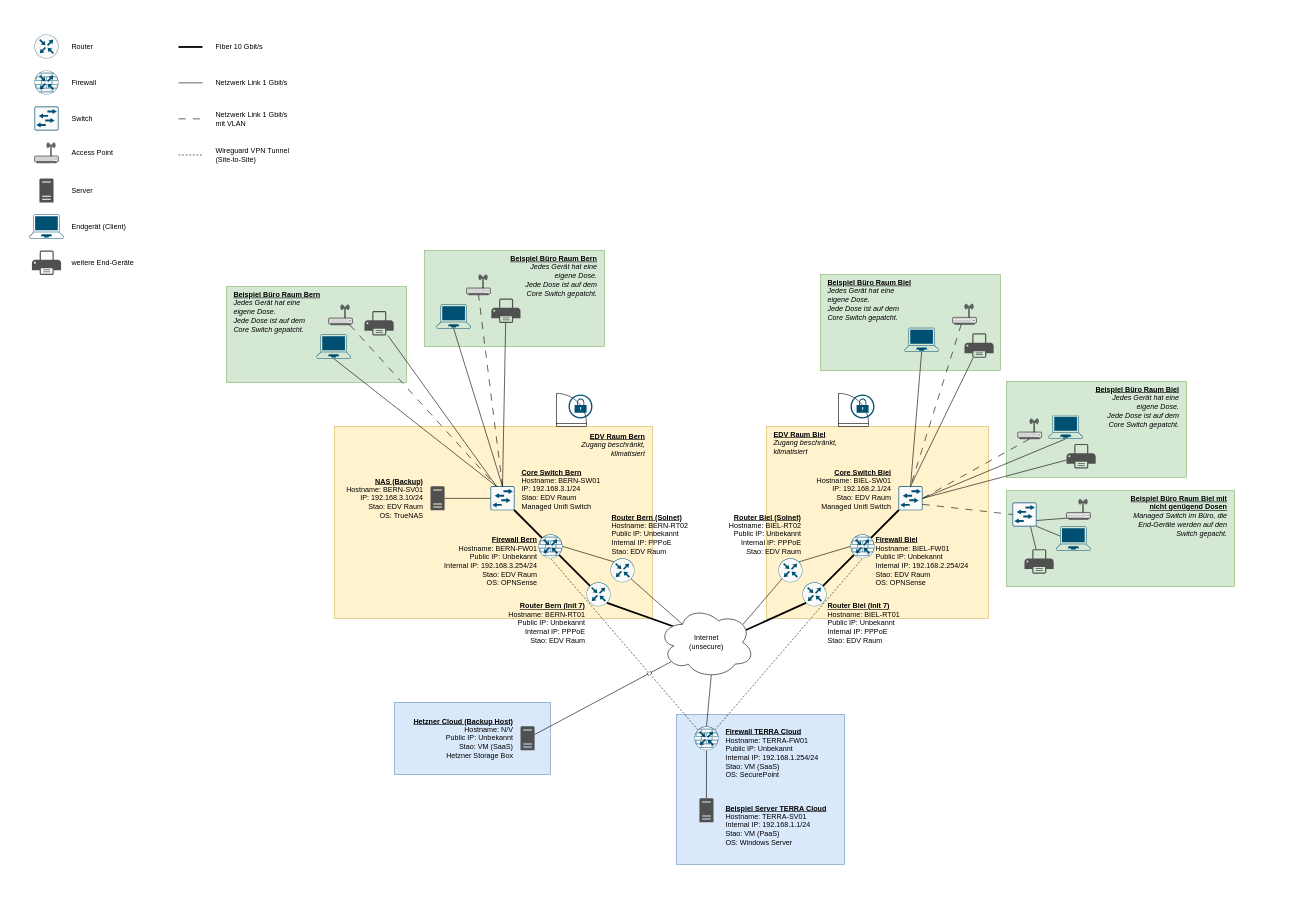
The draw.io diagram networkmap/networkmap.drawio in Turukmoorea/m184_network_security, before the edit. Source tidied: cells renumbered, new cells numbered last; positions are measured from the earlier drawing's top-left corner, leaving out a move shared by most shapes. Both pictures are drawn from the tidied source at 60%, with x=0, y=0 at pixel (10, 10).
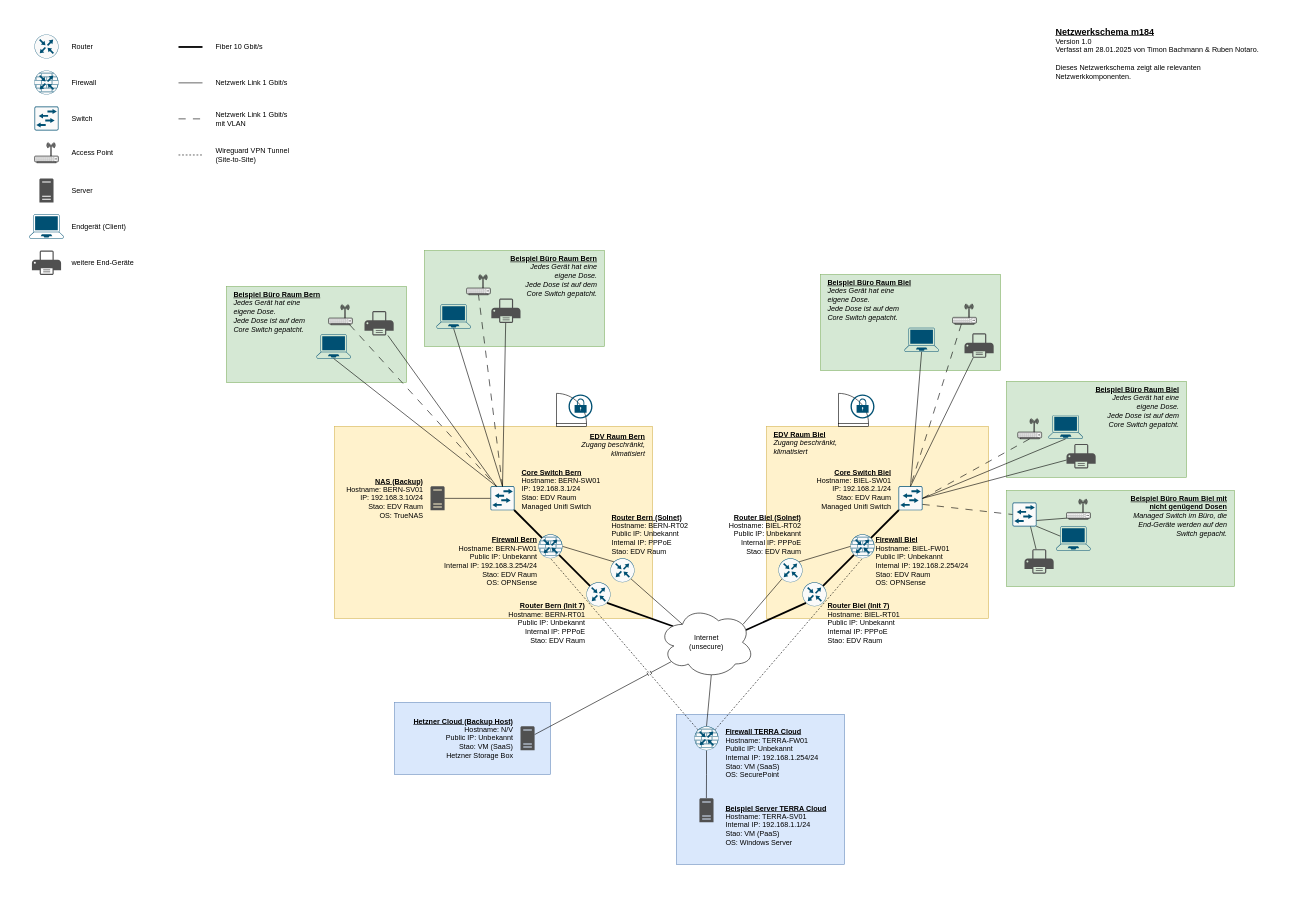
Above is the later version.

What changed in the source:
```diff
@@
+    <mxCell id="118" value="&lt;b&gt;&lt;u&gt;&lt;font style=&quot;font-size: 15px;&quot;&gt;Netzwerkschema m184&lt;/font&gt;&lt;/u&gt;&lt;/b&gt;&lt;div&gt;Version 1.0&lt;/div&gt;&lt;div&gt;&lt;span style=&quot;background-color: transparent; color: light-dark(rgb(0, 0, 0), rgb(255, 255, 255));&quot;&gt;Verfasst am 28.01.2025 von Timon Bachmann &amp;amp; Ruben Notaro.&lt;/span&gt;&lt;br&gt;&lt;/div&gt;&lt;div&gt;&lt;br&gt;&lt;/div&gt;&lt;div&gt;Dieses Netzwerkschema zeigt alle relevanten Netzwerkkomponenten.&lt;/div&gt;" style="text;html=1;align=left;verticalAlign=top;whiteSpace=wrap;rounded=0;" parent="1" vertex="1">
+      <mxGeometry x="1740" y="20" width="350" height="160" as="geometry" />
+    </mxCell>
```
